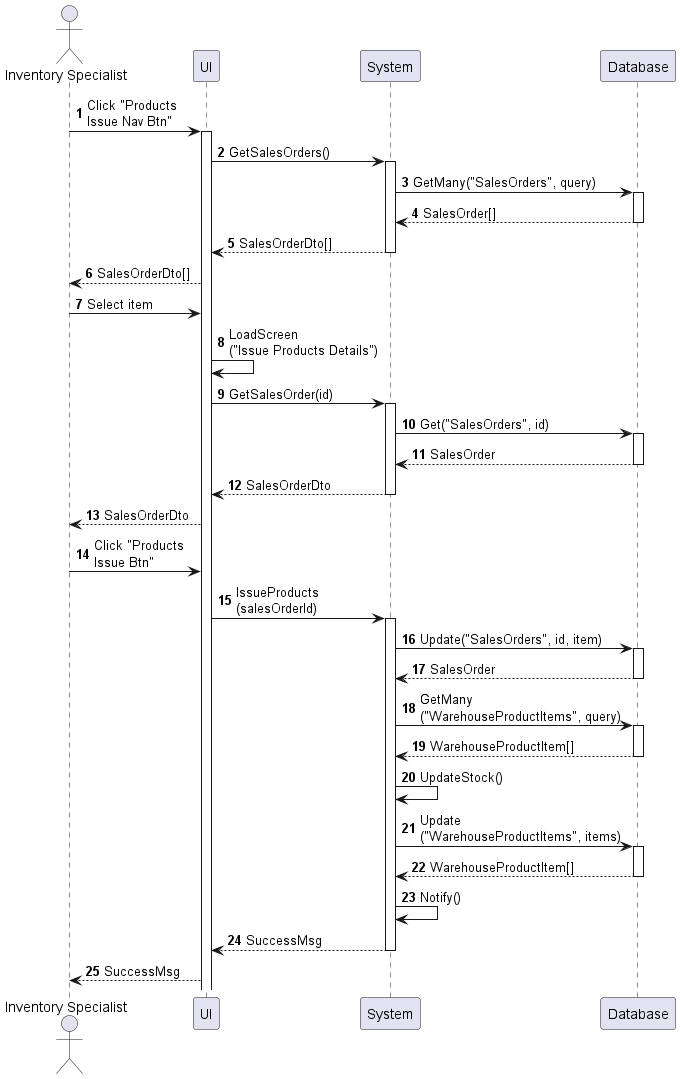
This is sequences/inventory-product-issue.png from phihungha/scmss-reqs, a PlantUML export, as it was before one commit.
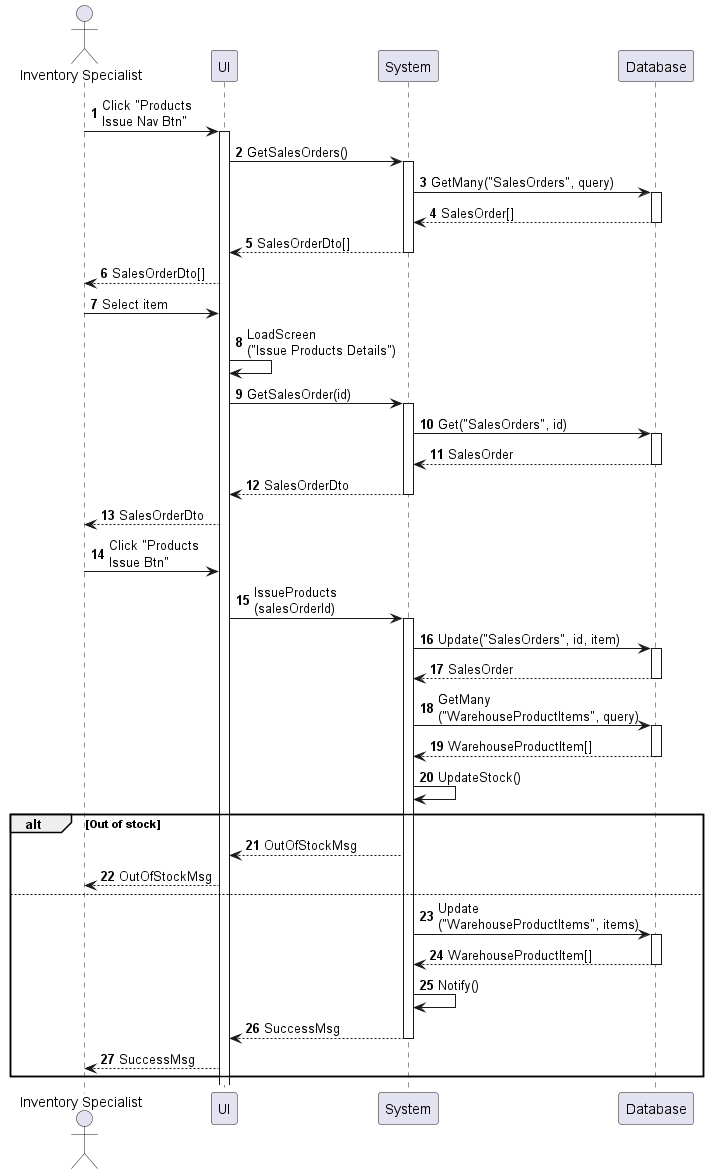
Above is the later version.

Commit message:
Add out of stock message for issue use cases

The edit, as a diff of the source:
```diff
@@ -34,10 +34,16 @@
 activate d
 return WarehouseProductItem[]
 b -> b : UpdateStock()
-b -> d : Update\n("WarehouseProductItems", items)
-activate d
-return WarehouseProductItem[]
-b -> b : Notify()
-return SuccessMsg
-f --> a : SuccessMsg
+
+alt Out of stock
+    b --> f : OutOfStockMsg
+    f --> a : OutOfStockMsg
+else
+    b -> d : Update\n("WarehouseProductItems", items)
+    activate d
+    return WarehouseProductItem[]
+    b -> b : Notify()
+    return SuccessMsg
+    f --> a : SuccessMsg
+end
 @enduml
```
